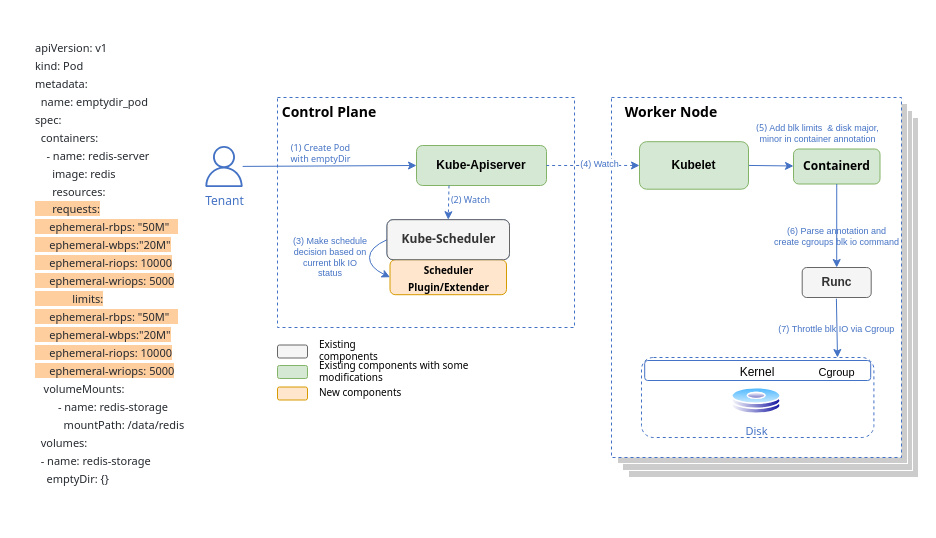
Earlier version of the draw.io diagram page "control flow" (14 of 14) of diagram/net_disk_io_design_v1.drawio (IntelOpen/kubernetes). Source tidied: cells renumbered, new cells numbered last; positions are measured from the earlier drawing's top-left corner, leaving out a move shared by most shapes. Both pictures are drawn from the tidied source at 100%, with x=0, y=0 at pixel (17, 17).
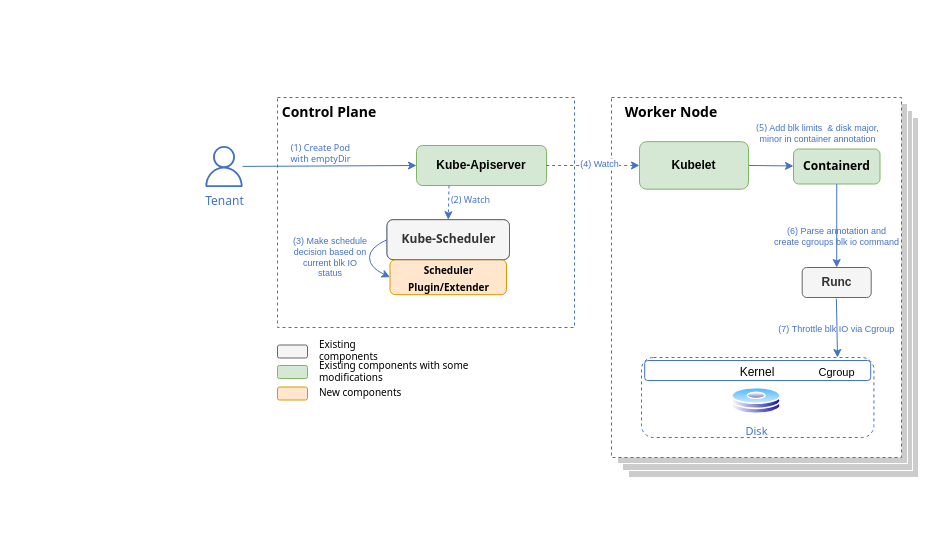
The same page after the edit.

Change to the diagram source:
```diff
@@
-    <mxCell id="34" value="&lt;pre style=&quot;box-sizing: border-box; margin-top: 0px; margin-bottom: 16px; overflow-wrap: normal; padding: 16px; overflow: auto; line-height: 1.45; border-radius: 6px; text-indent: 0px;&quot; class=&quot;notranslate&quot;&gt;&lt;font face=&quot;Tahoma&quot; color=&quot;#24292f&quot;&gt;apiVersion: v1&lt;br&gt;kind: Pod&lt;br&gt;metadata:&lt;br&gt;  name: emptydir_pod&lt;br&gt;spec:&lt;br&gt;  containers:&lt;br&gt;    - name: redis-server&lt;br&gt;      image: redis&lt;br&gt;      resources:&lt;br&gt;&lt;span style=&quot;background-color: rgb(255, 206, 159);&quot;&gt;      requests:&lt;br&gt;     ephemeral-rbps: &quot;50M&quot;   &lt;br&gt;     ephemeral-wbps:&quot;20M&quot;&lt;br&gt;     ephemeral-riops: 10000&lt;br&gt;     ephemeral-wriops: 5000&lt;br&gt;             limits:&lt;br&gt;     ephemeral-rbps: &quot;50M&quot;   &lt;br&gt;     ephemeral-wbps:&quot;20M&quot;&lt;br&gt;     ephemeral-riops: 10000&lt;br&gt;     ephemeral-wriops: 5000&lt;/span&gt;&lt;br&gt;   volumeMounts:  &lt;br&gt;        - name: redis-storage&lt;br&gt;          mountPath: /data/redis&lt;br&gt;  volumes:&lt;br&gt;  - name: redis-storage&lt;br&gt;    emptyDir: {}&lt;/font&gt;&lt;span style=&quot;font-size: 11.9px;&quot;&gt;&lt;br&gt;&lt;/span&gt;&lt;/pre&gt;" style="text;whiteSpace=wrap;html=1;fontSize=11;fontFamily=Tahoma;fontColor=#4472C4;" parent="1" vertex="1">
-      <mxGeometry width="313" height="460" as="geometry" />
-    </mxCell>
```
